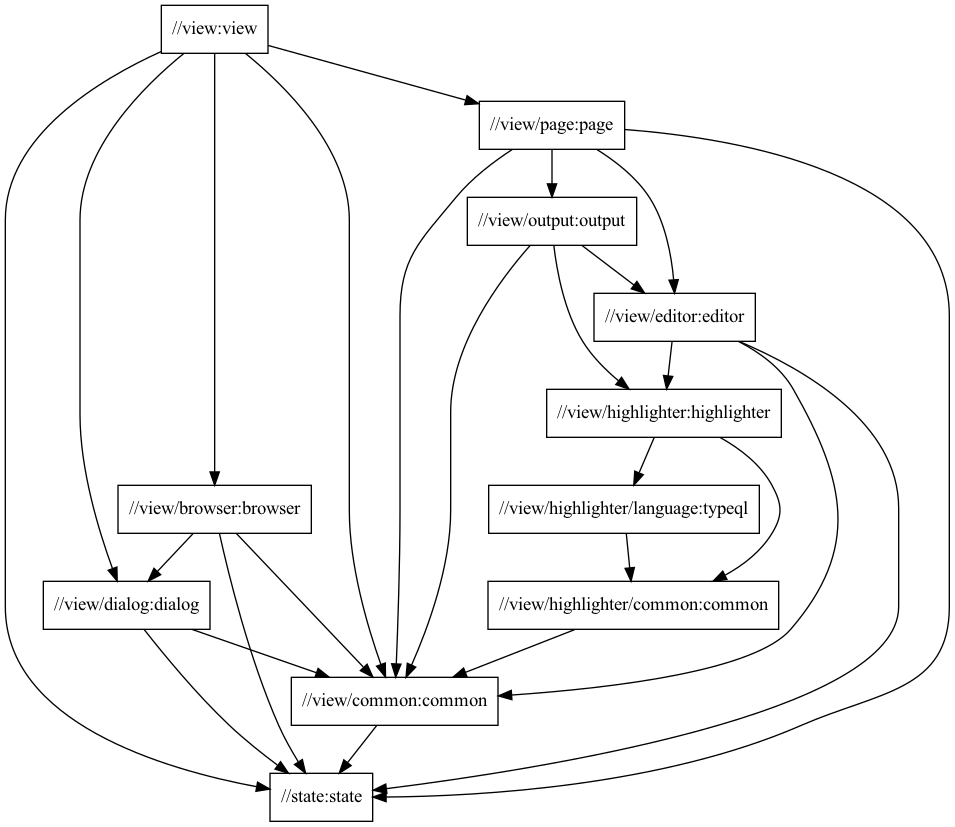
typedb/typedb-studio keeps this Graphviz diagram as docs/view-package-structure.png. Above is the earlier version. Its source is kept beside it as docs/view-package-structure.dot.
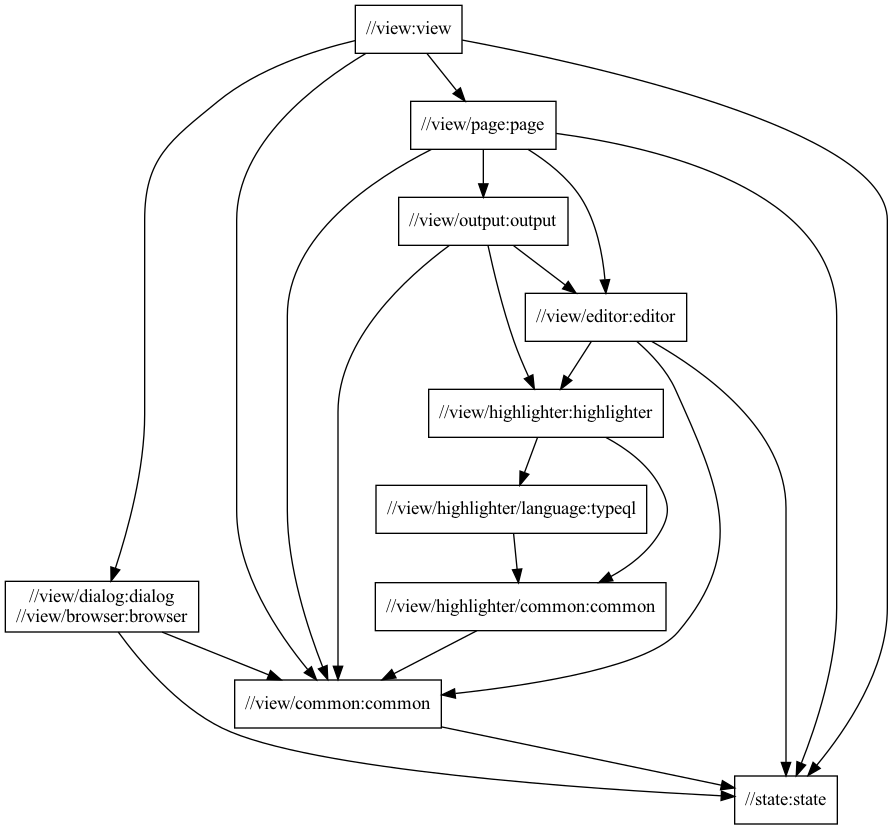
Later version of the same file.

Commit message:
Update package structure

Diff of the diagram source:
```diff
@@ -1,9 +1,8 @@
 digraph mygraph {
   node [shape=box];
   "//view:view"
-  "//view:view" -> "//view/browser:browser"
+  "//view:view" -> "//view/dialog:dialog\n//view/browser:browser"
   "//view:view" -> "//view/common:common"
-  "//view:view" -> "//view/dialog:dialog"
   "//view:view" -> "//view/page:page"
   "//view:view" -> "//state:state"
   "//view/page:page"
@@ -11,13 +10,9 @@
   "//view/page:page" -> "//view/editor:editor"
   "//view/page:page" -> "//view/output:output"
   "//view/page:page" -> "//state:state"
-  "//view/browser:browser"
-  "//view/browser:browser" -> "//view/common:common"
-  "//view/browser:browser" -> "//view/dialog:dialog"
-  "//view/browser:browser" -> "//state:state"
-  "//view/dialog:dialog"
-  "//view/dialog:dialog" -> "//view/common:common"
-  "//view/dialog:dialog" -> "//state:state"
+  "//view/dialog:dialog\n//view/browser:browser"
+  "//view/dialog:dialog\n//view/browser:browser" -> "//view/common:common"
+  "//view/dialog:dialog\n//view/browser:browser" -> "//state:state"
   "//view/output:output"
   "//view/output:output" -> "//view/common:common"
   "//view/output:output" -> "//view/editor:editor"
```
